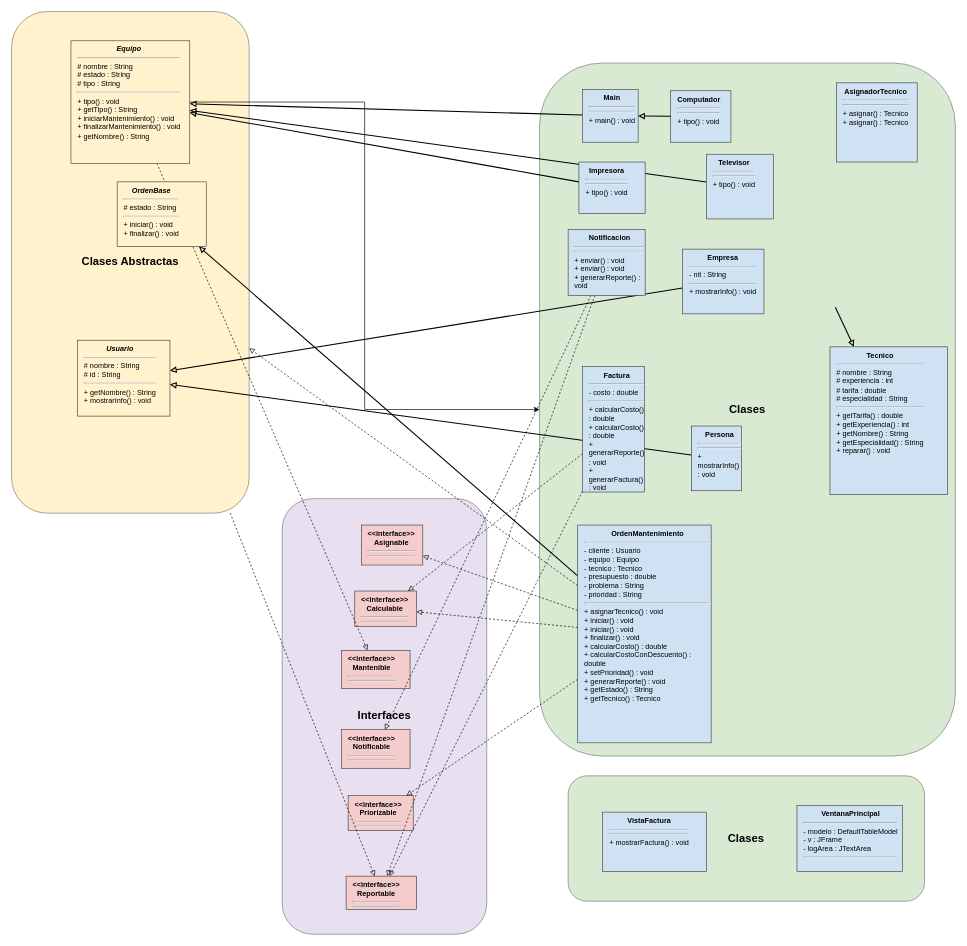
sebastian-roaaxx/ProyectoPoo keeps this draw.io diagram as Diagrama_UML.drawio. Above is the earlier version. Source tidied: cells renumbered, new cells numbered last; positions are measured from the earlier drawing's top-left corner, leaving out a move shared by most shapes. Both pictures are drawn from the tidied source at 66%, with x=0, y=0 at pixel (11, 11).
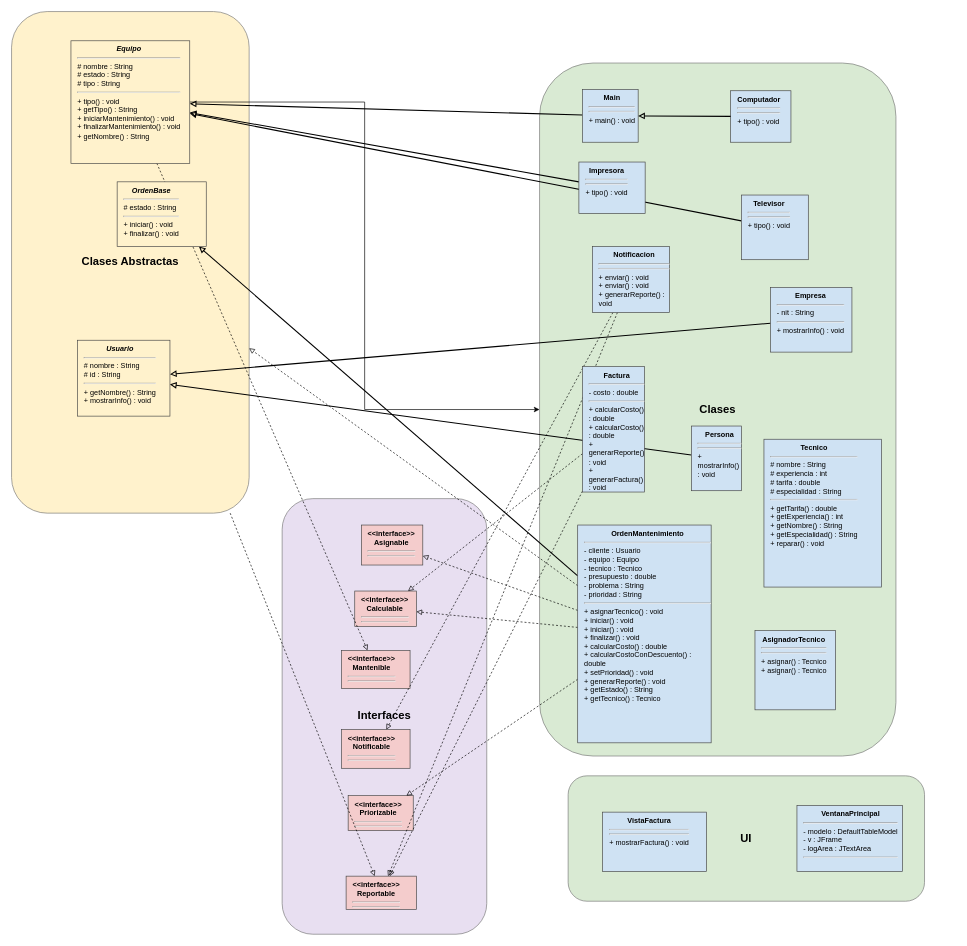
After the change.

Change to the diagram source:
```diff
@@
-    <mxCell id="2" value="Clases" style="rounded=1;whiteSpace=wrap;html=1;fillColor=#d9ead3;strokeColor=#777777;fontSize=17;fontStyle=1;" parent="1" vertex="1">
+    <mxCell id="2" value="UI" style="rounded=1;whiteSpace=wrap;html=1;fillColor=#d9ead3;strokeColor=#777777;fontSize=17;fontStyle=1;" parent="1" vertex="1">
       <mxGeometry x="843.3" y="1158" width="540" height="190" as="geometry" />
     </mxCell>
@@
     <mxCell id="11" value="Clases" style="rounded=1;whiteSpace=wrap;html=1;fillColor=#d9ead3;strokeColor=#777777;fontSize=17;fontStyle=1;" parent="1" vertex="1">
-      <mxGeometry x="800" y="78" width="630" height="1050" as="geometry" />
+      <mxGeometry x="800" y="78" width="540" height="1050" as="geometry" />
     </mxCell>
@@
-    <mxCell id="14" style="endArrow=block;endFill=0;strokeWidth=1.6;rounded=1;jettySize=auto;html=1;" parent="1" edge="1" target="38">
-      <mxGeometry relative="1" as="geometry">
-        <mxPoint x="1248.1" y="448" as="sourcePoint" />
-      </mxGeometry>
-    </mxCell>
@@
     <mxCell id="30" value="&lt;div style='text-align:center;'&gt;&lt;b&gt;AsignadorTecnico&lt;/b&gt;&lt;/div&gt;&lt;hr size='2'/&gt; &lt;hr size='2'/&gt;+ asignar() : Tecnico&lt;br/&gt;+ asignar() : Tecnico" style="rounded=0;whiteSpace=wrap;html=1;fillColor=#cfe2f3;strokeColor=#444444;fontSize=11;align=left;spacingLeft=8;verticalAlign=top;" parent="1" vertex="1">
-      <mxGeometry x="1250" y="108" width="122.2" height="120" as="geometry" />
+      <mxGeometry x="1126.4" y="938" width="122.2" height="120" as="geometry" />
     </mxCell>
     <mxCell id="31" value="&lt;div style='text-align:center;'&gt;&lt;b&gt;Computador&lt;/b&gt;&lt;/div&gt;&lt;hr size='2'/&gt; &lt;hr size='2'/&gt;+ tipo() : void" style="rounded=0;whiteSpace=wrap;html=1;fillColor=#cfe2f3;strokeColor=#444444;fontSize=11;align=left;spacingLeft=8;verticalAlign=top;" parent="1" vertex="1">
-      <mxGeometry x="998.6" y="120" width="91.4" height="78" as="geometry" />
+      <mxGeometry x="1089.5" y="120" width="91.4" height="78" as="geometry" />
     </mxCell>
     <mxCell id="32" value="&lt;div style='text-align:center;'&gt;&lt;b&gt;Empresa&lt;/b&gt;&lt;/div&gt;&lt;hr size='2'/&gt;- nit : String&lt;hr size='2'/&gt;+ mostrarInfo() : void" style="rounded=0;whiteSpace=wrap;html=1;fillColor=#cfe2f3;strokeColor=#444444;fontSize=11;align=left;spacingLeft=8;verticalAlign=top;" parent="1" vertex="1">
-      <mxGeometry x="1016.7" y="360" width="123.3" height="98" as="geometry" />
+      <mxGeometry x="1150" y="418" width="123.3" height="98" as="geometry" />
     </mxCell>
@@
     <mxCell id="35" value="&lt;div style='text-align:center;'&gt;&lt;b&gt;Notificacion&lt;/b&gt;&lt;/div&gt;&lt;hr size='2'/&gt; &lt;hr size='2'/&gt;+ enviar() : void&lt;br/&gt;+ enviar() : void&lt;br/&gt;+ generarReporte() : void" style="rounded=0;whiteSpace=wrap;html=1;fillColor=#cfe2f3;strokeColor=#444444;fontSize=11;align=left;spacingLeft=8;verticalAlign=top;" parent="1" vertex="1">
-      <mxGeometry x="843.3" y="330" width="116.7" height="100" as="geometry" />
+      <mxGeometry x="880" y="356" width="116.7" height="100" as="geometry" />
     </mxCell>
@@
     <mxCell id="38" value="&lt;div style='text-align:center;'&gt;&lt;b&gt;Tecnico&lt;/b&gt;&lt;/div&gt;&lt;hr size='2'/&gt;# nombre : String&lt;br/&gt;# experiencia : int&lt;br/&gt;# tarifa : double&lt;br/&gt;# especialidad : String&lt;hr size='2'/&gt;+ getTarifa() : double&lt;br/&gt;+ getExperiencia() : int&lt;br/&gt;+ getNombre() : String&lt;br/&gt;+ getEspecialidad() : String&lt;br/&gt;+ reparar() : void" style="rounded=0;whiteSpace=wrap;html=1;fillColor=#cfe2f3;strokeColor=#444444;fontSize=11;align=left;spacingLeft=8;verticalAlign=top;" parent="1" vertex="1">
-      <mxGeometry x="1240" y="508" width="178.3" height="224" as="geometry" />
+      <mxGeometry x="1140" y="648" width="178.3" height="224" as="geometry" />
     </mxCell>
     <mxCell id="39" value="&lt;div style='text-align:center;'&gt;&lt;b&gt;Televisor&lt;/b&gt;&lt;/div&gt;&lt;hr size='2'/&gt; &lt;hr size='2'/&gt;+ tipo() : void" style="rounded=0;whiteSpace=wrap;html=1;fillColor=#cfe2f3;strokeColor=#444444;fontSize=11;align=left;spacingLeft=8;verticalAlign=top;" parent="1" vertex="1">
-      <mxGeometry x="1052.8" y="216.2" width="101.4" height="98" as="geometry" />
+      <mxGeometry x="1105.8" y="278" width="101.4" height="98" as="geometry" />
     </mxCell>
```
